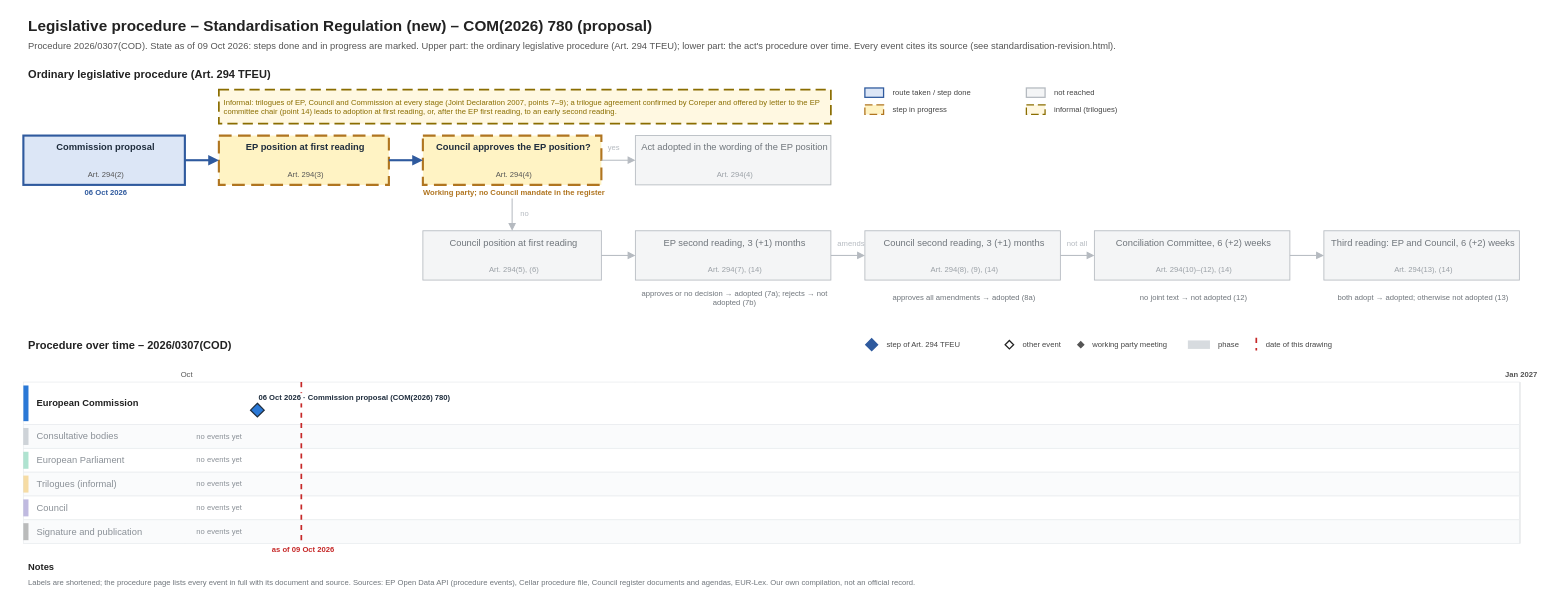
Earlier version of the draw.io diagram procedures/standardisation-revision.drawio (git-z0man/eu-regulation-timeline). Source tidied: cells renumbered, new cells numbered last; positions are measured from the earlier drawing's top-left corner, leaving out a move shared by most shapes. Both pictures are drawn from the tidied source at 85%, with x=0, y=0 at pixel (14, 14).
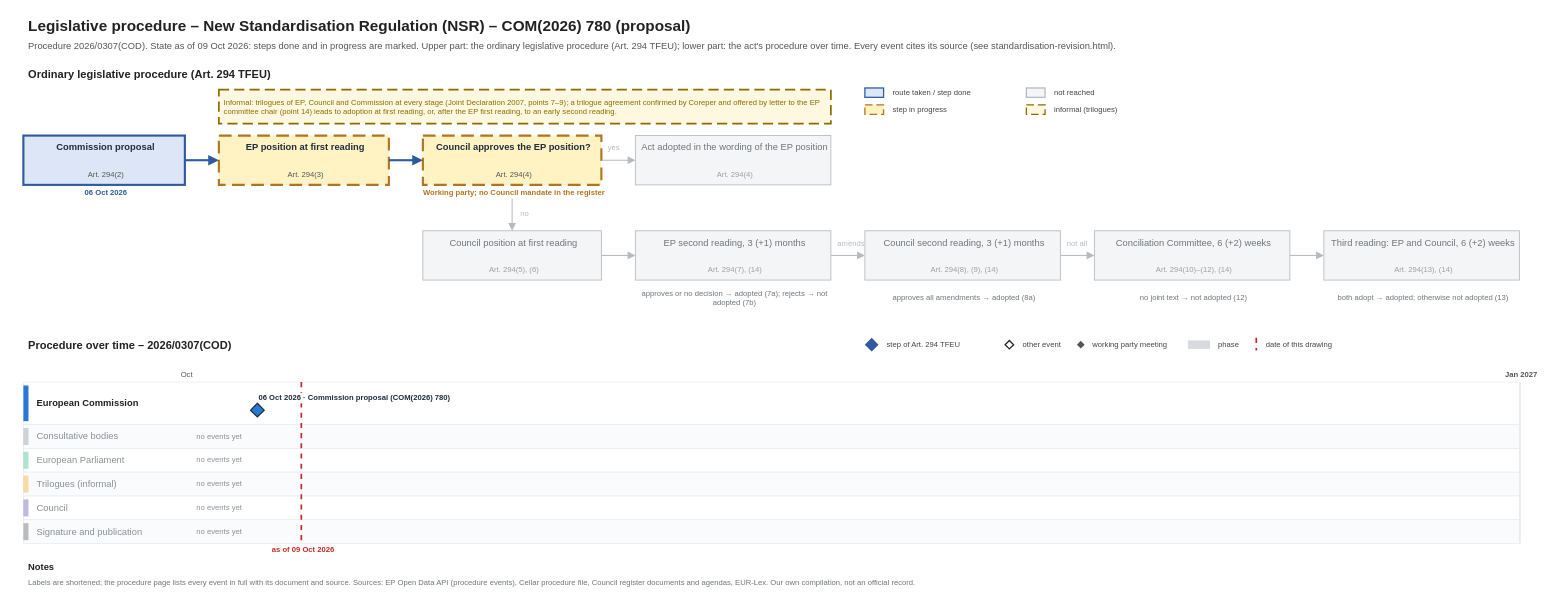
The same diagram, later.

What changed in the source:
```diff
@@
-    <mxCell id="2" value="Legislative procedure – Standardisation Regulation (new) – COM(2026) 780 (proposal)" style="text;html=1;fontSize=18;fontColor=#222222;align=left;verticalAlign=middle;spacingLeft=4;fontStyle=1;" parent="1" vertex="1">
+    <mxCell id="2" value="Legislative procedure – New Standardisation Regulation (NSR) – COM(2026) 780 (proposal)" style="text;html=1;fontSize=18;fontColor=#222222;align=left;verticalAlign=middle;spacingLeft=4;fontStyle=1;" parent="1" vertex="1">
       <mxGeometry x="10" width="1600" height="28" as="geometry" />
     </mxCell>
```
